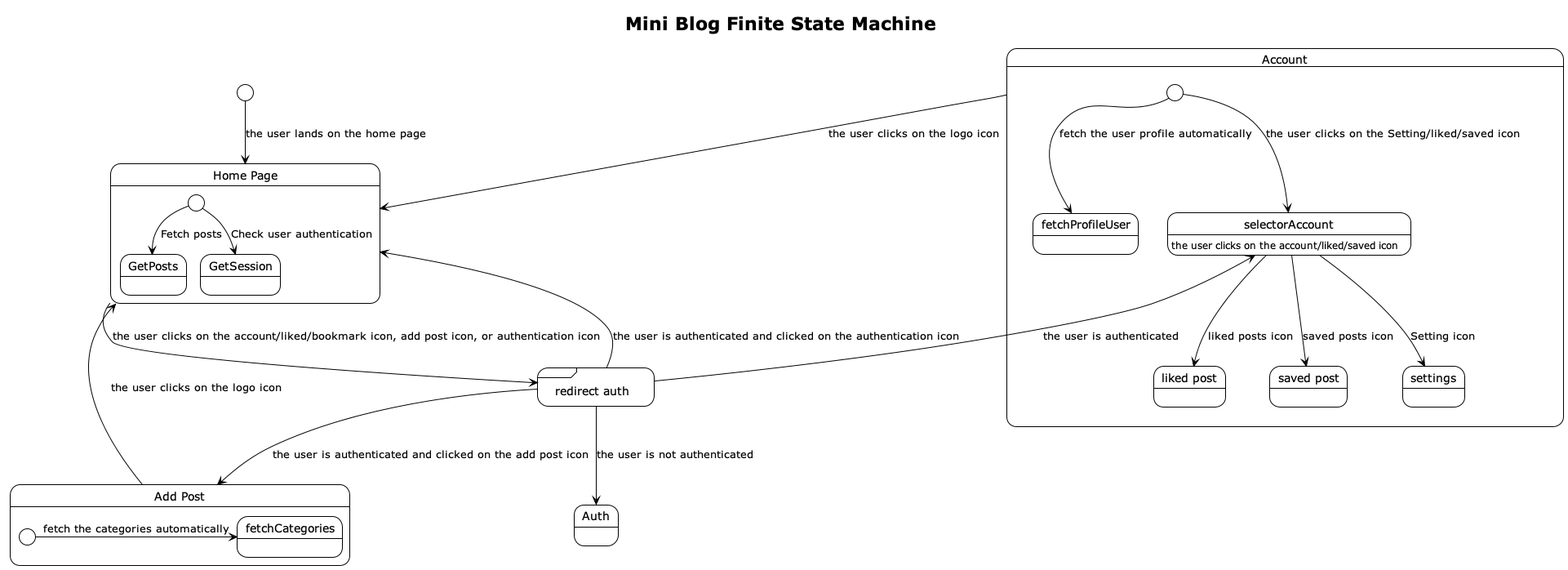
Before: latex/images/ingblog_flow.png, a diagram exported from PlantUML (Anders-planck/ingblog).
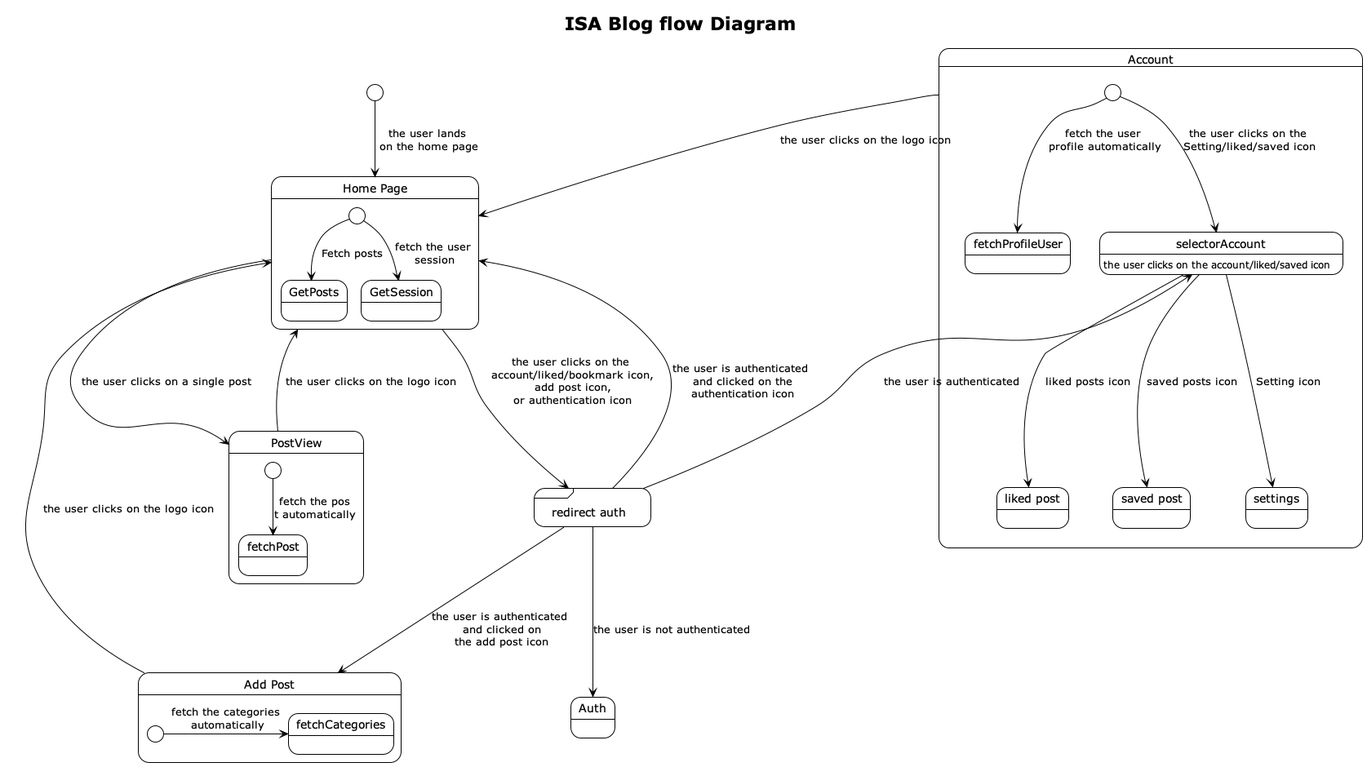
After the commit.

The edit, as a diff of the source:
```diff
@@ -1,32 +1,36 @@
 @startuml
 
 !theme plain
-title Mini Blog Finite State Machine
+title ISA Blog flow Diagram
 
-[*] --> HomePage : the user lands on the home page
+[*] --> HomePage : the user lands\n on the home page
 
 state "Home Page" as HomePage {
   [*] --> GetPosts : Fetch posts
-  [*] --> GetSession : Check user authentication
+  [*] --> GetSession : fetch the user\n session
 }
 
 state "GetPosts" as GetPosts
 state "GetSession" as GetSession
 
 state "Account" as Account {
-    [*] --> fetchProfileUser : fetch the user profile automatically
-    [*] --> selectorAccount : the user clicks on the Setting/liked/saved icon
+    [*] --> fetchProfileUser : fetch the user \nprofile automatically
+    [*] --> selectorAccount : the user clicks on the \nSetting/liked/saved icon
     state "liked post" as LikedPost
     state "saved post" as SavedPost
     state "settings" as Settings
 }
 
 state "Add Post" as AddPost {
-    [*] -> fetchCategories : fetch the categories automatically
+    [*] -> fetchCategories : fetch the categories\n automatically
+}
+
+
+state "PostView" as PostView {
+    [*] --> fetchPost : fetch the pos\nt automatically
 }
 
 state "Auth" as Auth
-
 
 state selectorAccount <<choice>>
 selectorAccount: the user clicks on the account/liked/saved icon
@@ -38,10 +42,12 @@
 redirectAuth: the user is redirected to the auth page if not authenticated
 redirectAuth --> Auth : the user is not authenticated
 redirectAuth --> selectorAccount : the user is authenticated
-redirectAuth --> AddPost : the user is authenticated and clicked on the add post icon
-redirectAuth --> HomePage : the user is authenticated and clicked on the authentication icon
+redirectAuth --> AddPost : the user is authenticated\n and clicked on\n the add post icon
+redirectAuth --> HomePage : the user is authenticated\n and clicked on the\n authentication icon
 
-HomePage --> redirectAuth : the user clicks on the account/liked/bookmark icon, add post icon, or authentication icon
+HomePage --> redirectAuth : the user clicks on the\n account/liked/bookmark icon,\n add post icon,\n or authentication icon
 AddPost --> HomePage : the user clicks on the logo icon
 Account --> HomePage : the user clicks on the logo icon
+HomePage --> PostView : the user clicks on a single post
+PostView --> HomePage : the user clicks on the logo icon
 @enduml
```
